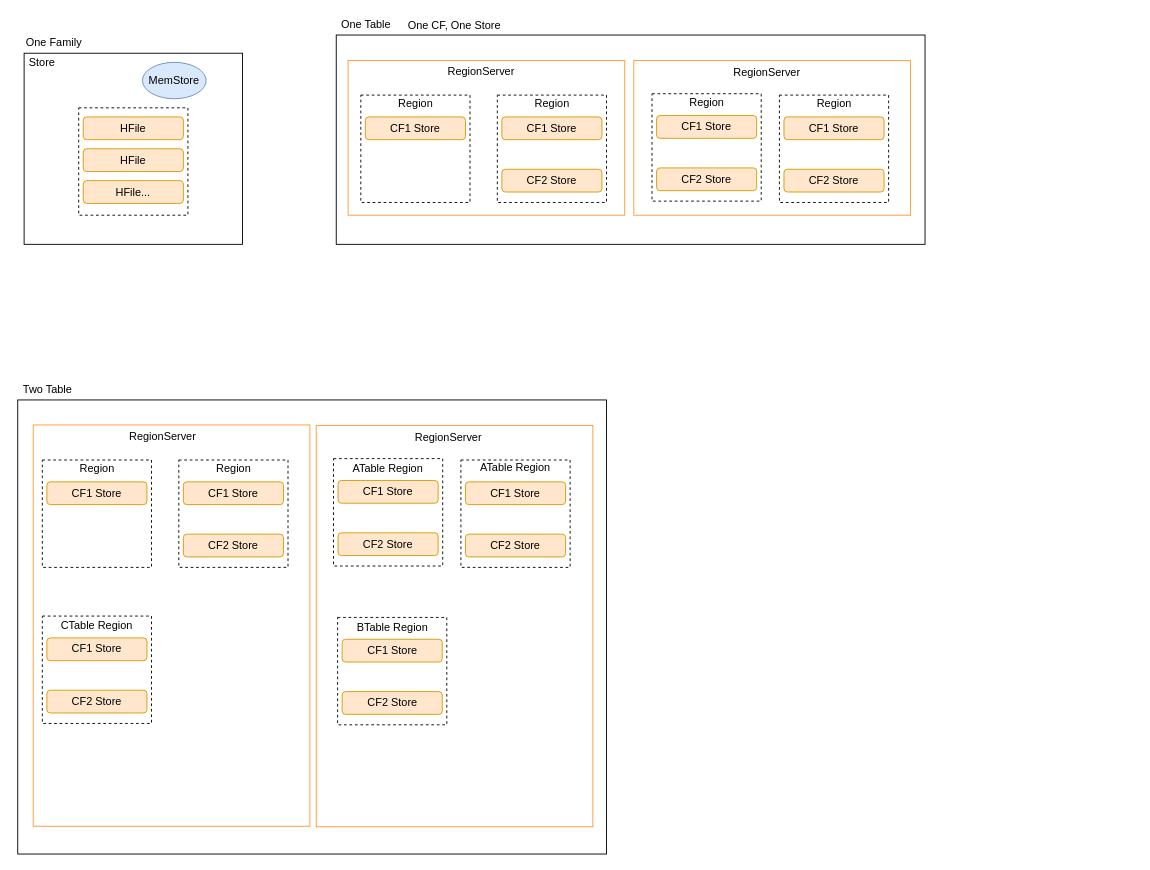
The draw.io diagram big_data/hbase/hbase.drawio in zoeminghong/full-stack, before the edit. Source tidied: cells renumbered, new cells numbered last; positions are measured from the earlier drawing's top-left corner, leaving out a move shared by most shapes. Both pictures are drawn from the tidied source at 91%, with x=0, y=0 at pixel (15, 15).
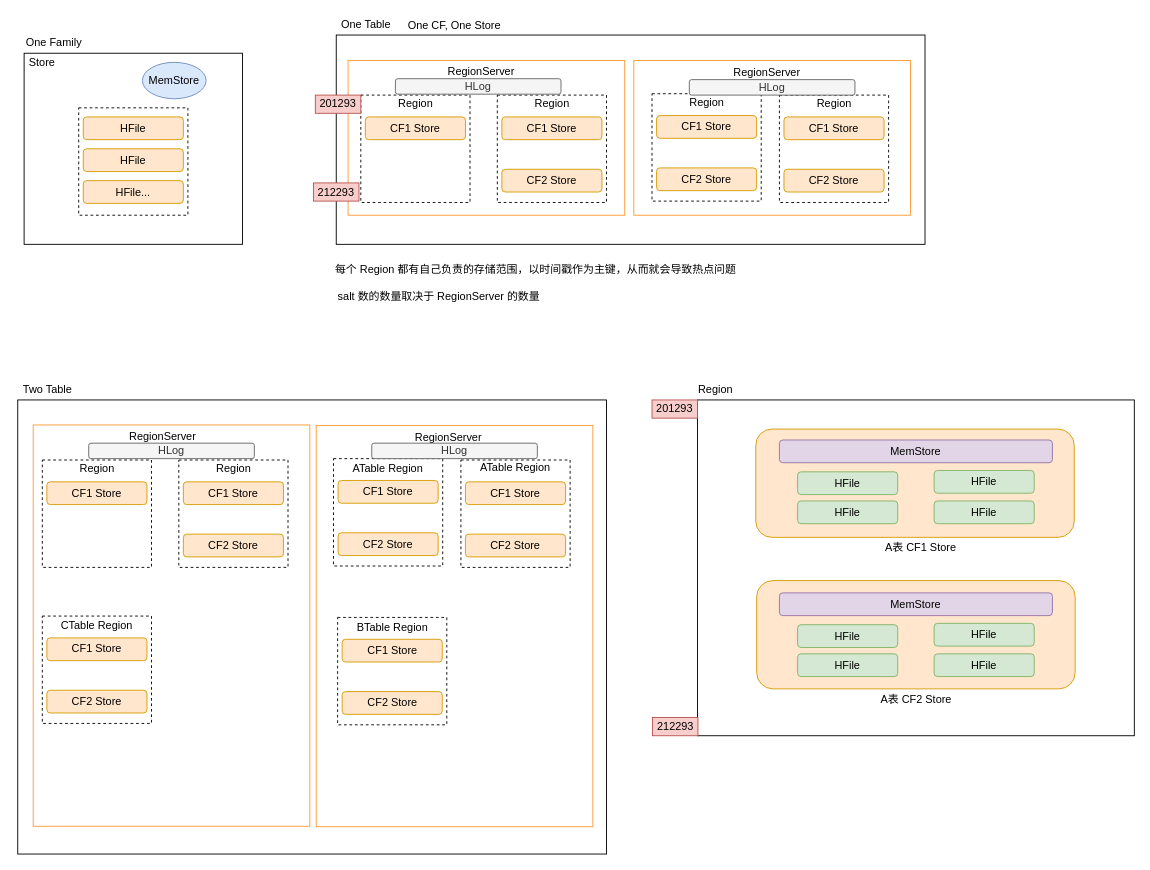
The same page after the edit.

Change to the diagram source:
```diff
@@
+    <mxCell id="61" value="201293" style="text;html=1;strokeColor=#b85450;fillColor=#f8cecc;align=center;verticalAlign=middle;whiteSpace=wrap;rounded=0;" parent="1" vertex="1">
+      <mxGeometry x="329" y="87" width="50" height="20" as="geometry" />
+    </mxCell>
+    <mxCell id="62" value="212293" style="text;html=1;strokeColor=#b85450;fillColor=#f8cecc;align=center;verticalAlign=middle;whiteSpace=wrap;rounded=0;" parent="1" vertex="1">
+      <mxGeometry x="327" y="183.5" width="50" height="20" as="geometry" />
+    </mxCell>
+    <mxCell id="63" value="每个 Region 都有自己负责的存储范围，以时间戳作为主键，从而就会导致热点问题" style="text;html=1;align=left;verticalAlign=top;spacingTop=-4;" parent="1" vertex="1">
+      <mxGeometry x="349" y="269" width="460" height="20" as="geometry" />
+    </mxCell>
+    <mxCell id="64" value="salt 数的数量取决于 RegionServer 的数量" style="text;html=1;align=left;verticalAlign=top;spacingTop=-4;" parent="1" vertex="1">
+      <mxGeometry x="352" y="299" width="240" height="20" as="geometry" />
+    </mxCell>
+    <mxCell id="65" value="HLog" style="rounded=1;whiteSpace=wrap;html=1;fillColor=#f5f5f5;strokeColor=#666666;fontColor=#333333;" parent="1" vertex="1">
+      <mxGeometry x="417" y="69" width="182" height="17" as="geometry" />
+    </mxCell>
+    <mxCell id="66" value="HLog" style="rounded=1;whiteSpace=wrap;html=1;fillColor=#f5f5f5;strokeColor=#666666;fontColor=#333333;" parent="1" vertex="1">
+      <mxGeometry x="740" y="70" width="182" height="17" as="geometry" />
+    </mxCell>
+    <mxCell id="67" value="HLog" style="rounded=1;whiteSpace=wrap;html=1;fillColor=#f5f5f5;strokeColor=#666666;fontColor=#333333;" parent="1" vertex="1">
+      <mxGeometry x="80" y="469.5" width="182" height="17" as="geometry" />
+    </mxCell>
+    <mxCell id="68" value="HLog" style="rounded=1;whiteSpace=wrap;html=1;fillColor=#f5f5f5;strokeColor=#666666;fontColor=#333333;" parent="1" vertex="1">
+      <mxGeometry x="391" y="469.5" width="182" height="17" as="geometry" />
+    </mxCell>
+    <mxCell id="69" style="rounded=0;whiteSpace=wrap;html=1;" parent="1" vertex="1">
+      <mxGeometry x="749" y="422" width="480" height="369" as="geometry" />
+    </mxCell>
+    <mxCell id="70" style="rounded=1;whiteSpace=wrap;html=1;fillColor=#ffe6cc;strokeColor=#d79b00;" parent="1" vertex="1">
+      <mxGeometry x="813" y="454" width="350" height="119" as="geometry" />
+    </mxCell>
+    <mxCell id="71" value="Region" style="text;html=1;strokeColor=none;fillColor=none;align=center;verticalAlign=middle;whiteSpace=wrap;rounded=0;" parent="1" vertex="1">
+      <mxGeometry x="749" y="401" width="40" height="20" as="geometry" />
+    </mxCell>
+    <mxCell id="72" value="201293" style="text;html=1;strokeColor=#b85450;fillColor=#f8cecc;align=center;verticalAlign=middle;whiteSpace=wrap;rounded=0;" parent="1" vertex="1">
+      <mxGeometry x="699" y="422" width="50" height="20" as="geometry" />
+    </mxCell>
+    <mxCell id="73" value="212293" style="text;html=1;strokeColor=#b85450;fillColor=#f8cecc;align=center;verticalAlign=middle;whiteSpace=wrap;rounded=0;" parent="1" vertex="1">
+      <mxGeometry x="699.5" y="771" width="50" height="20" as="geometry" />
+    </mxCell>
+    <mxCell id="74" style="rounded=1;whiteSpace=wrap;html=1;fillColor=#ffe6cc;strokeColor=#d79b00;" parent="1" vertex="1">
+      <mxGeometry x="814" y="620.5" width="350" height="119" as="geometry" />
+    </mxCell>
+    <mxCell id="75" value="A表 CF2 Store" style="text;html=1;strokeColor=none;fillColor=none;align=center;verticalAlign=middle;whiteSpace=wrap;rounded=0;" parent="1" vertex="1">
+      <mxGeometry x="943.5" y="741" width="91" height="20" as="geometry" />
+    </mxCell>
+    <mxCell id="76" value="A表 CF1 Store" style="text;html=1;strokeColor=none;fillColor=none;align=center;verticalAlign=middle;whiteSpace=wrap;rounded=0;" parent="1" vertex="1">
+      <mxGeometry x="949" y="574.5" width="91" height="20" as="geometry" />
+    </mxCell>
+    <mxCell id="77" value="HFile" style="rounded=1;whiteSpace=wrap;html=1;fillColor=#d5e8d4;strokeColor=#82b366;" parent="1" vertex="1">
+      <mxGeometry x="859" y="501" width="110" height="25" as="geometry" />
+    </mxCell>
+    <mxCell id="78" value="MemStore" style="rounded=1;whiteSpace=wrap;html=1;fillColor=#e1d5e7;strokeColor=#9673a6;" parent="1" vertex="1">
+      <mxGeometry x="839" y="466" width="300" height="25" as="geometry" />
+    </mxCell>
+    <mxCell id="79" value="HFile" style="rounded=1;whiteSpace=wrap;html=1;fillColor=#d5e8d4;strokeColor=#82b366;" parent="1" vertex="1">
+      <mxGeometry x="1009" y="499.5" width="110" height="25" as="geometry" />
+    </mxCell>
+    <mxCell id="80" value="HFile" style="rounded=1;whiteSpace=wrap;html=1;fillColor=#d5e8d4;strokeColor=#82b366;" parent="1" vertex="1">
+      <mxGeometry x="859" y="533" width="110" height="25" as="geometry" />
+    </mxCell>
+    <mxCell id="81" value="HFile" style="rounded=1;whiteSpace=wrap;html=1;fillColor=#d5e8d4;strokeColor=#82b366;" parent="1" vertex="1">
+      <mxGeometry x="1009" y="533" width="110" height="25" as="geometry" />
+    </mxCell>
+    <mxCell id="82" value="HFile" style="rounded=1;whiteSpace=wrap;html=1;fillColor=#d5e8d4;strokeColor=#82b366;" parent="1" vertex="1">
+      <mxGeometry x="859" y="669" width="110" height="25" as="geometry" />
+    </mxCell>
+    <mxCell id="83" value="MemStore" style="rounded=1;whiteSpace=wrap;html=1;fillColor=#e1d5e7;strokeColor=#9673a6;" parent="1" vertex="1">
+      <mxGeometry x="839" y="634" width="300" height="25" as="geometry" />
+    </mxCell>
+    <mxCell id="84" value="HFile" style="rounded=1;whiteSpace=wrap;html=1;fillColor=#d5e8d4;strokeColor=#82b366;" parent="1" vertex="1">
+      <mxGeometry x="1009" y="667.5" width="110" height="25" as="geometry" />
+    </mxCell>
+    <mxCell id="85" value="HFile" style="rounded=1;whiteSpace=wrap;html=1;fillColor=#d5e8d4;strokeColor=#82b366;" parent="1" vertex="1">
+      <mxGeometry x="859" y="701" width="110" height="25" as="geometry" />
+    </mxCell>
+    <mxCell id="86" value="HFile" style="rounded=1;whiteSpace=wrap;html=1;fillColor=#d5e8d4;strokeColor=#82b366;" parent="1" vertex="1">
+      <mxGeometry x="1009" y="701" width="110" height="25" as="geometry" />
+    </mxCell>
```
